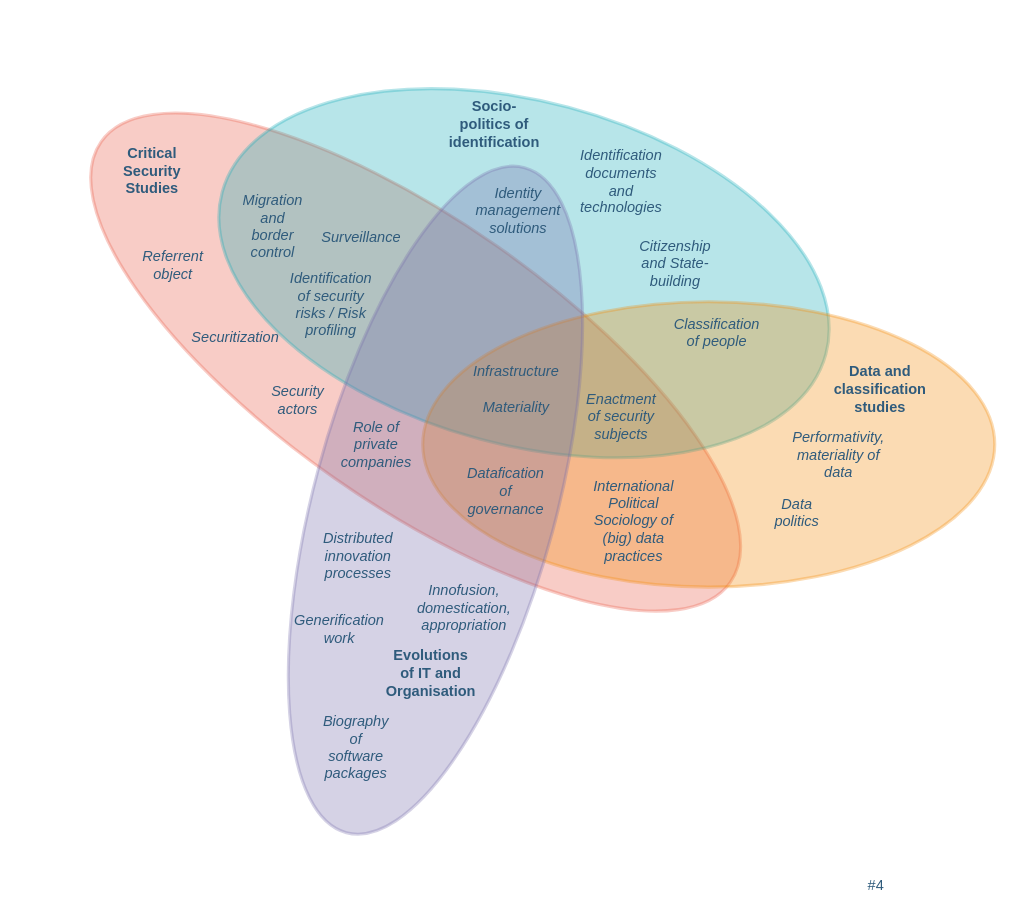
wvrossem/finding-blind-spots-dissertation keeps this draw.io diagram as figures/theoretical-framework/theoretical-framework.drawio. Above is the earlier version. Source tidied: cells renumbered, new cells numbered last; positions are measured from the earlier drawing's top-left corner, leaving out a move shared by most shapes. Both pictures are drawn from the tidied source at 104%, with x=0, y=0 at pixel (31, -40).
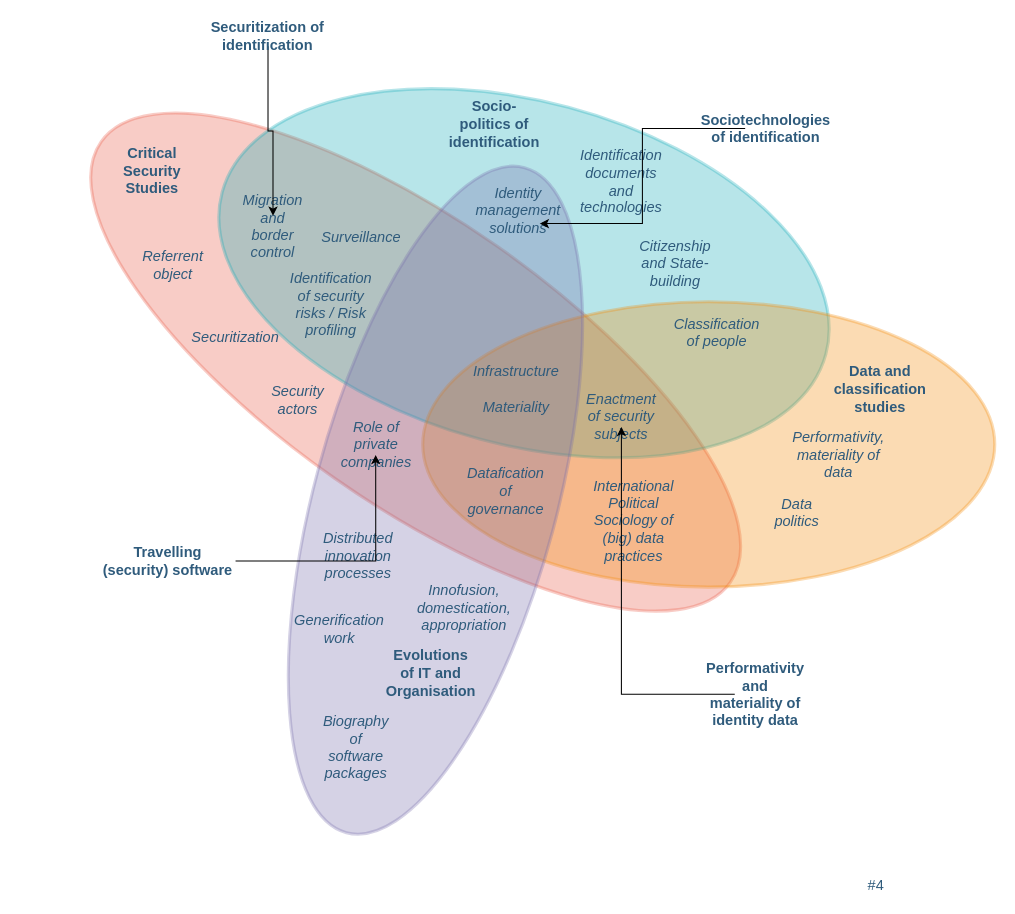
Above is the later version.

Unchanged cells that the change refers to:
```xml
<mxCell id="13" value="Identity management solutions" style="text;html=1;strokeColor=none;fillColor=none;align=center;verticalAlign=middle;whiteSpace=wrap;rounded=0;shadow=0;labelBackgroundColor=none;fontFamily=Helvetica;fontSize=14;fontColor=#2F5B7C;fontStyle=2;" parent="1" vertex="1">
  <mxGeometry x="448.4" y="215" width="40" height="50" as="geometry" />
</mxCell>
<mxCell id="14" value="Role of private companies" style="text;html=1;strokeColor=none;fillColor=none;align=center;verticalAlign=middle;whiteSpace=wrap;rounded=0;shadow=0;labelBackgroundColor=none;fontFamily=Helvetica;fontSize=14;fontColor=#2F5B7C;fontStyle=2;" parent="1" vertex="1">
  <mxGeometry x="289.5" y="455" width="82.5" height="20" as="geometry" />
</mxCell>
<mxCell id="18" value="Migration and border control" style="text;html=1;strokeColor=none;fillColor=none;align=center;verticalAlign=middle;whiteSpace=wrap;rounded=0;shadow=0;labelBackgroundColor=none;fontFamily=Helvetica;fontSize=14;fontColor=#2F5B7C;fontStyle=2;" parent="1" vertex="1">
  <mxGeometry x="212" y="245" width="40" height="20" as="geometry" />
</mxCell>
<mxCell id="29" value="Enactment of security subjects" style="text;html=1;strokeColor=none;fillColor=none;align=center;verticalAlign=middle;whiteSpace=wrap;rounded=0;shadow=0;labelBackgroundColor=none;fontFamily=Helvetica;fontSize=14;fontColor=#2F5B7C;fontStyle=2;" parent="1" vertex="1">
  <mxGeometry x="547" y="428" width="40" height="20" as="geometry" />
</mxCell>
```

What changed in the source:
```diff
@@
+    <mxCell id="32" style="edgeStyle=orthogonalEdgeStyle;rounded=0;jettySize=auto;html=1;entryX=0.5;entryY=0;entryDx=0;entryDy=0;" parent="1" edge="1" source="33" target="18">
+      <mxGeometry relative="1" as="geometry" />
+    </mxCell>
+    <mxCell id="33" value="Securitization of identification" style="text;html=1;strokeColor=none;fillColor=none;align=center;verticalAlign=middle;whiteSpace=wrap;rounded=0;shadow=0;labelBackgroundColor=none;fontFamily=Helvetica;fontSize=14;fontColor=#2F5B7C;fontStyle=1;" parent="1" vertex="1">
+      <mxGeometry x="157.2" y="62" width="140" height="20" as="geometry" />
+    </mxCell>
+    <mxCell id="34" style="edgeStyle=orthogonalEdgeStyle;rounded=0;jettySize=auto;html=1;entryX=1;entryY=0.75;entryDx=0;entryDy=0;" parent="1" edge="1" source="35" target="13">
+      <mxGeometry relative="1" as="geometry" />
+    </mxCell>
+    <mxCell id="35" value="Sociotechnologies of identification" style="text;html=1;strokeColor=none;fillColor=none;align=center;verticalAlign=middle;whiteSpace=wrap;rounded=0;shadow=0;labelBackgroundColor=none;fontFamily=Helvetica;fontSize=14;fontColor=#2F5B7C;fontStyle=1;" parent="1" vertex="1">
+      <mxGeometry x="686" y="151" width="40" height="20" as="geometry" />
+    </mxCell>
+    <mxCell id="36" style="edgeStyle=orthogonalEdgeStyle;rounded=0;jettySize=auto;html=1;entryX=0.5;entryY=1;entryDx=0;entryDy=0;" parent="1" edge="1" source="37" target="14">
+      <mxGeometry relative="1" as="geometry" />
+    </mxCell>
+    <mxCell id="37" value="Travelling (security) software" style="text;html=1;strokeColor=none;fillColor=none;align=center;verticalAlign=middle;whiteSpace=wrap;rounded=0;shadow=0;labelBackgroundColor=none;fontFamily=Helvetica;fontSize=14;fontColor=#2F5B7C;fontStyle=1;" parent="1" vertex="1">
+      <mxGeometry x="66" y="552" width="130" height="50" as="geometry" />
+    </mxCell>
+    <mxCell id="38" style="edgeStyle=orthogonalEdgeStyle;rounded=0;jettySize=auto;html=1;" parent="1" edge="1" source="39" target="29">
+      <mxGeometry relative="1" as="geometry" />
+    </mxCell>
+    <mxCell id="39" value="Performativity and materiality of identity data" style="text;html=1;strokeColor=none;fillColor=none;align=center;verticalAlign=middle;whiteSpace=wrap;rounded=0;shadow=0;labelBackgroundColor=none;fontFamily=Helvetica;fontSize=14;fontColor=#2F5B7C;fontStyle=1;" parent="1" vertex="1">
+      <mxGeometry x="676" y="695" width="40" height="20" as="geometry" />
+    </mxCell>
```
